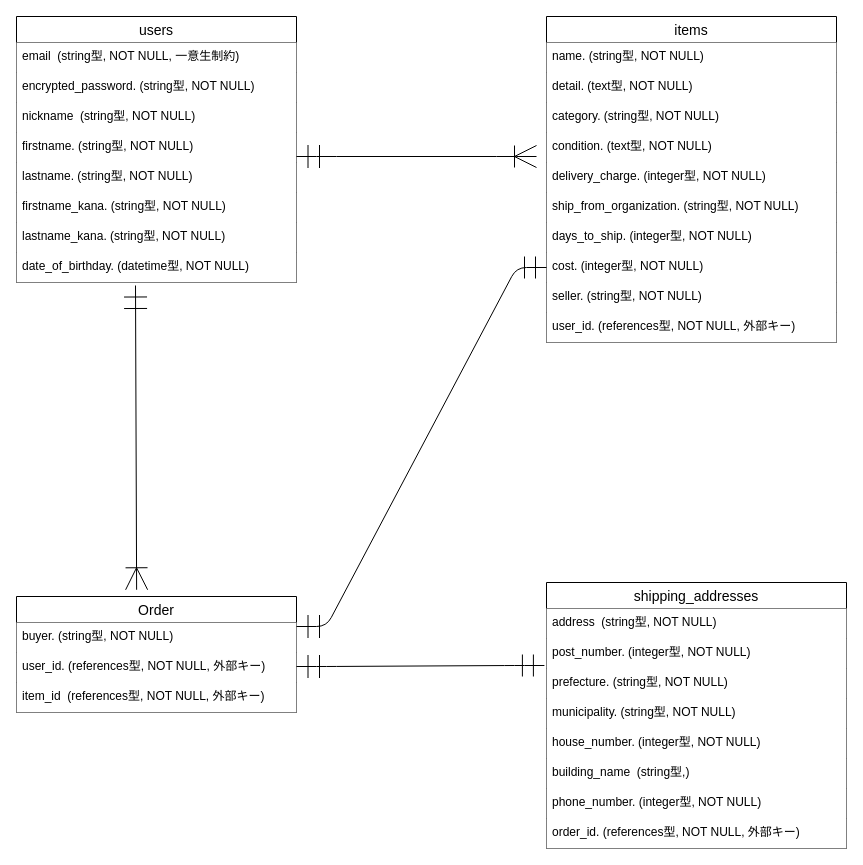
Before: furima.dio in konigorikun/furima-39104, a draw.io diagram. Source tidied: cells renumbered, new cells numbered last; positions are measured from the earlier drawing's top-left corner, leaving out a move shared by most shapes. Both pictures are drawn from the tidied source at 100%, with x=0, y=0 at pixel (16, 16).
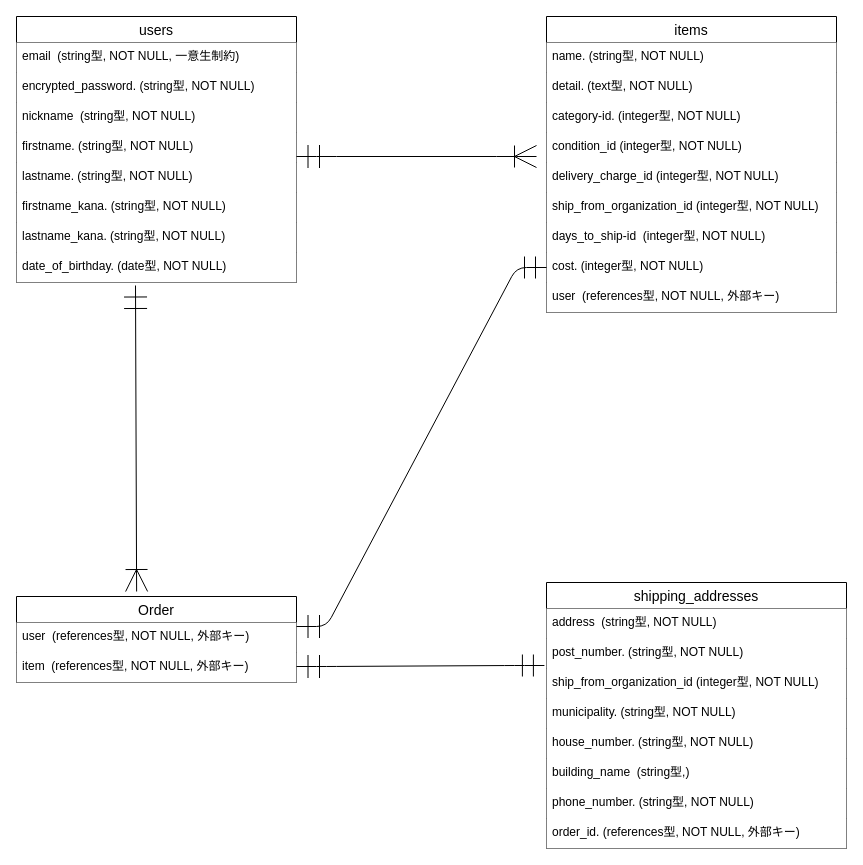
The same page after the edit.

Commit message (it also covers changes not shown here):
データベース設計の修正

Unchanged cells that the change refers to:
```xml
<mxCell id="2" value="users" style="swimlane;fontStyle=0;horizontal=1;startSize=26;align=center;fontSize=14;" parent="1" vertex="1">
  <mxGeometry width="280" height="266" as="geometry" />
</mxCell>
<mxCell id="26" value="shipping_addresses" style="swimlane;fontStyle=0;horizontal=1;startSize=26;align=center;fontSize=14;" parent="1" vertex="1">
  <mxGeometry x="530" y="566" width="300" height="266" as="geometry" />
</mxCell>
```

The edit, as a diff of the source:
```diff
@@
-    <mxCell id="10" value="date_of_birthday. (datetime型, NOT NULL)" style="text;strokeColor=none;fillColor=default;spacingLeft=4;spacingRight=4;overflow=hidden;points=[[0,0.5],[1,0.5]];portConstraint=eastwest;fontSize=12;" parent="2" vertex="1">
+    <mxCell id="10" value="date_of_birthday. (date型, NOT NULL)" style="text;strokeColor=none;fillColor=default;spacingLeft=4;spacingRight=4;overflow=hidden;points=[[0,0.5],[1,0.5]];portConstraint=eastwest;fontSize=12;" parent="2" vertex="1">
       <mxGeometry y="236" width="280" height="30" as="geometry" />
     </mxCell>
     <mxCell id="11" value="items" style="swimlane;fontStyle=0;horizontal=1;startSize=26;align=center;fontSize=14;" parent="1" vertex="1">
-      <mxGeometry x="530" width="290" height="326" as="geometry" />
+      <mxGeometry x="530" width="290" height="296" as="geometry" />
     </mxCell>
@@
-    <mxCell id="14" value="category. (string型, NOT NULL)" style="text;strokeColor=none;fillColor=default;spacingLeft=4;spacingRight=4;overflow=hidden;fontSize=12;" parent="11" vertex="1">
+    <mxCell id="14" value="category-id. (integer型, NOT NULL)" style="text;strokeColor=none;fillColor=default;spacingLeft=4;spacingRight=4;overflow=hidden;fontSize=12;" parent="11" vertex="1">
       <mxGeometry y="86" width="290" height="30" as="geometry" />
     </mxCell>
-    <mxCell id="15" value="condition. (text型, NOT NULL)" style="text;strokeColor=none;fillColor=default;spacingLeft=4;spacingRight=4;overflow=hidden;fontSize=12;" parent="11" vertex="1">
+    <mxCell id="15" value="condition_id (integer型, NOT NULL)" style="text;strokeColor=none;fillColor=default;spacingLeft=4;spacingRight=4;overflow=hidden;fontSize=12;" parent="11" vertex="1">
       <mxGeometry y="116" width="290" height="30" as="geometry" />
     </mxCell>
-    <mxCell id="16" value="delivery_charge. (integer型, NOT NULL)" style="text;strokeColor=none;fillColor=default;spacingLeft=4;spacingRight=4;overflow=hidden;fontSize=12;" parent="11" vertex="1">
+    <mxCell id="16" value="delivery_charge_id (integer型, NOT NULL)" style="text;strokeColor=none;fillColor=default;spacingLeft=4;spacingRight=4;overflow=hidden;fontSize=12;" parent="11" vertex="1">
       <mxGeometry y="146" width="290" height="30" as="geometry" />
     </mxCell>
-    <mxCell id="17" value="ship_from_organization. (string型, NOT NULL)" style="text;strokeColor=none;fillColor=default;spacingLeft=4;spacingRight=4;overflow=hidden;fontSize=12;" parent="11" vertex="1">
+    <mxCell id="17" value="ship_from_organization_id (integer型, NOT NULL)" style="text;strokeColor=none;fillColor=default;spacingLeft=4;spacingRight=4;overflow=hidden;fontSize=12;" parent="11" vertex="1">
       <mxGeometry y="176" width="290" height="30" as="geometry" />
     </mxCell>
-    <mxCell id="18" value="days_to_ship. (integer型, NOT NULL)" style="text;strokeColor=none;fillColor=default;spacingLeft=4;spacingRight=4;overflow=hidden;fontSize=12;" parent="11" vertex="1">
+    <mxCell id="18" value="days_to_ship-id  (integer型, NOT NULL)" style="text;strokeColor=none;fillColor=default;spacingLeft=4;spacingRight=4;overflow=hidden;fontSize=12;" parent="11" vertex="1">
       <mxGeometry y="206" width="290" height="30" as="geometry" />
     </mxCell>
@@
-    <mxCell id="20" value="seller. (string型, NOT NULL)" style="text;strokeColor=none;fillColor=default;spacingLeft=4;spacingRight=4;overflow=hidden;fontSize=12;" parent="11" vertex="1">
-      <mxGeometry y="266" width="290" height="30" as="geometry" />
-    </mxCell>
-    <mxCell id="21" value="user_id. (references型, NOT NULL, 外部キー)" style="text;strokeColor=none;fillColor=default;spacingLeft=4;spacingRight=4;overflow=hidden;fontSize=12;" parent="11" vertex="1">
-      <mxGeometry y="296" width="290" height="30" as="geometry" />
+    <mxCell id="21" value="user  (references型, NOT NULL, 外部キー)" style="text;strokeColor=none;fillColor=default;spacingLeft=4;spacingRight=4;overflow=hidden;fontSize=12;" parent="11" vertex="1">
+      <mxGeometry y="266" width="290" height="30" as="geometry" />
     </mxCell>
     <mxCell id="22" value="Order" style="swimlane;fontStyle=0;horizontal=1;startSize=26;align=center;fontSize=14;" parent="1" vertex="1">
-      <mxGeometry y="580" width="280" height="116" as="geometry" />
+      <mxGeometry y="580" width="280" height="86" as="geometry" />
     </mxCell>
-    <mxCell id="23" value="buyer. (string型, NOT NULL)" style="text;strokeColor=none;fillColor=default;spacingLeft=4;spacingRight=4;overflow=hidden;fontSize=12;" parent="22" vertex="1">
-      <mxGeometry y="26" width="280" height="30" as="geometry" />
-    </mxCell>
-    <mxCell id="24" value="user_id. (references型, NOT NULL, 外部キー)" style="text;strokeColor=none;fillColor=default;spacingLeft=4;spacingRight=4;overflow=hidden;fontSize=12;" parent="22" vertex="1">
-      <mxGeometry y="56" width="280" height="30" as="geometry" />
+    <mxCell id="24" value="user  (references型, NOT NULL, 外部キー)" style="text;strokeColor=none;fillColor=default;spacingLeft=4;spacingRight=4;overflow=hidden;fontSize=12;" parent="22" vertex="1">
+      <mxGeometry y="26" width="280" height="30" as="geometry" />
     </mxCell>
-    <mxCell id="25" value="item_id  (references型, NOT NULL, 外部キー)" style="text;strokeColor=none;fillColor=default;spacingLeft=4;spacingRight=4;overflow=hidden;fontSize=12;" parent="22" vertex="1">
-      <mxGeometry y="86" width="280" height="30" as="geometry" />
+    <mxCell id="25" value="item  (references型, NOT NULL, 外部キー)" style="text;strokeColor=none;fillColor=default;spacingLeft=4;spacingRight=4;overflow=hidden;fontSize=12;" parent="22" vertex="1">
+      <mxGeometry y="56" width="280" height="30" as="geometry" />
     </mxCell>
@@
-    <mxCell id="28" value="post_number. (integer型, NOT NULL)" style="text;strokeColor=none;fillColor=default;spacingLeft=4;spacingRight=4;overflow=hidden;points=[[0,0.5],[1,0.5]];portConstraint=eastwest;fontSize=12;" parent="26" vertex="1">
+    <mxCell id="28" value="post_number. (string型, NOT NULL)" style="text;strokeColor=none;fillColor=default;spacingLeft=4;spacingRight=4;overflow=hidden;points=[[0,0.5],[1,0.5]];portConstraint=eastwest;fontSize=12;" parent="26" vertex="1">
       <mxGeometry y="56" width="300" height="30" as="geometry" />
     </mxCell>
-    <mxCell id="29" value="prefecture. (string型, NOT NULL)" style="text;strokeColor=none;fillColor=default;spacingLeft=4;spacingRight=4;overflow=hidden;fontSize=12;" parent="26" vertex="1">
+    <mxCell id="29" value="ship_from_organization_id (integer型, NOT NULL)" style="text;strokeColor=none;fillColor=default;spacingLeft=4;spacingRight=4;overflow=hidden;fontSize=12;" parent="26" vertex="1">
       <mxGeometry y="86" width="300" height="30" as="geometry" />
     </mxCell>
@@
-    <mxCell id="31" value="house_number. (integer型, NOT NULL)" style="text;strokeColor=none;fillColor=default;spacingLeft=4;spacingRight=4;overflow=hidden;fontSize=12;" parent="26" vertex="1">
+    <mxCell id="31" value="house_number. (string型, NOT NULL)" style="text;strokeColor=none;fillColor=default;spacingLeft=4;spacingRight=4;overflow=hidden;fontSize=12;" parent="26" vertex="1">
       <mxGeometry y="146" width="300" height="30" as="geometry" />
     </mxCell>
@@
-    <mxCell id="33" value="phone_number. (integer型, NOT NULL)" style="text;strokeColor=none;fillColor=default;spacingLeft=4;spacingRight=4;overflow=hidden;fontSize=12;" parent="26" vertex="1">
+    <mxCell id="33" value="phone_number. (string型, NOT NULL)" style="text;strokeColor=none;fillColor=default;spacingLeft=4;spacingRight=4;overflow=hidden;fontSize=12;" parent="26" vertex="1">
       <mxGeometry y="206" width="300" height="30" as="geometry" />
     </mxCell>
```
